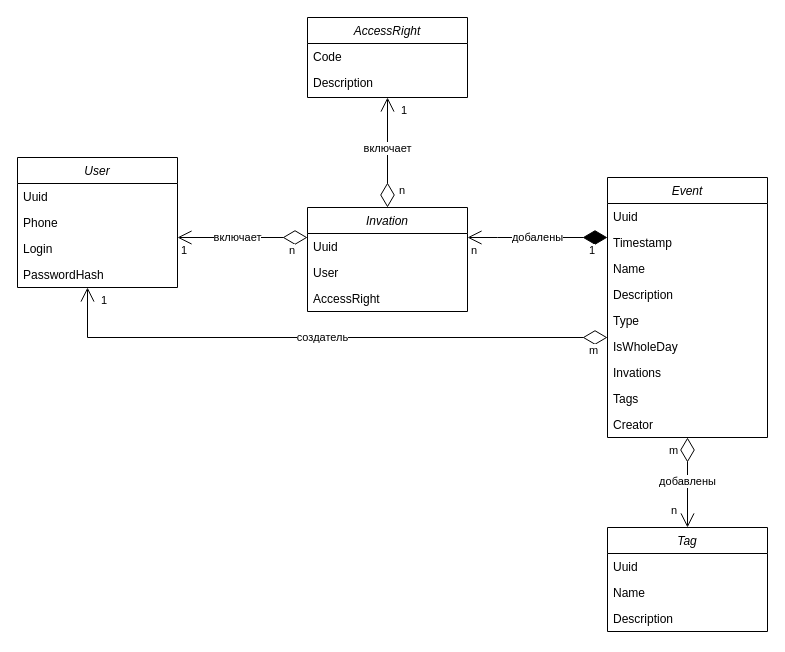
Earlier version of the draw.io diagram page "dto" (1 of 3) of docs/diagrams/UML.drawio (AcidYurets/SD). Source tidied: cells renumbered, new cells numbered last; positions are measured from the earlier drawing's top-left corner, leaving out a move shared by most shapes. Both pictures are drawn from the tidied source at 100%, with x=0, y=0 at pixel (17, 17).
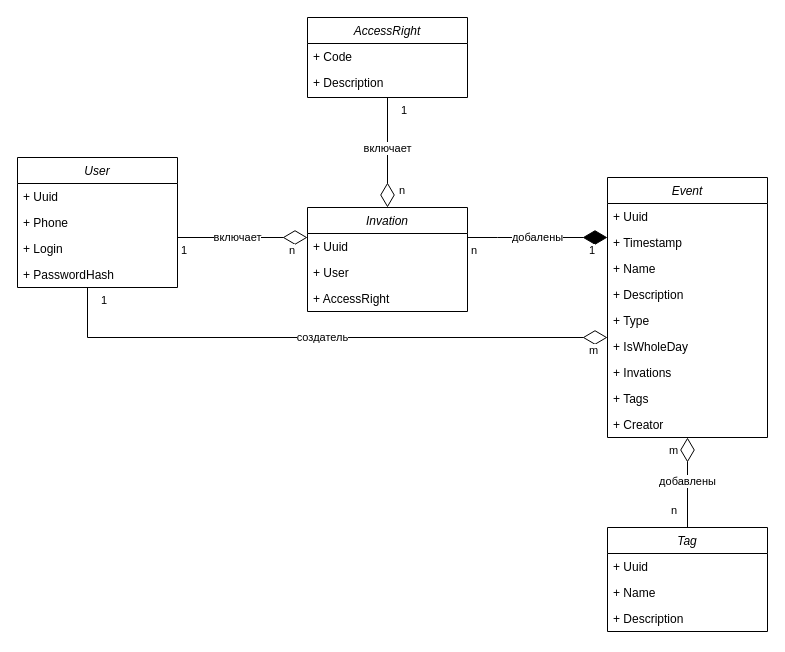
After the change.

The change refers to these unchanged cells:
```xml
<mxCell id="2" value="User" style="swimlane;fontStyle=2;align=center;verticalAlign=top;horizontal=1;startSize=26;rounded=0;shadow=0;strokeWidth=1;" parent="1" vertex="1">
  <mxGeometry y="140" width="160" height="130" as="geometry" />
</mxCell>
<mxCell id="7" value="Event" style="swimlane;fontStyle=2;align=center;verticalAlign=top;horizontal=1;startSize=26;rounded=0;shadow=0;strokeWidth=1;" parent="1" vertex="1">
  <mxGeometry x="590" y="160" width="160" height="260" as="geometry" />
</mxCell>
<mxCell id="17" value="AccessRight" style="swimlane;fontStyle=2;align=center;verticalAlign=top;horizontal=1;startSize=26;rounded=0;shadow=0;strokeWidth=1;" parent="1" vertex="1">
  <mxGeometry x="290" width="160" height="80" as="geometry" />
</mxCell>
<mxCell id="20" value="Tag" style="swimlane;fontStyle=2;align=center;verticalAlign=top;horizontal=1;startSize=26;rounded=0;shadow=0;strokeWidth=1;" parent="1" vertex="1">
  <mxGeometry x="590" y="510" width="160" height="104" as="geometry" />
</mxCell>
<mxCell id="33" value="Invation" style="swimlane;fontStyle=2;align=center;verticalAlign=top;horizontal=1;startSize=26;rounded=0;shadow=0;strokeWidth=1;" parent="1" vertex="1">
  <mxGeometry x="290" y="190" width="160" height="104" as="geometry" />
</mxCell>
```

What changed in the source:
```diff
@@
-    <mxCell id="3" value="Uuid" style="text;align=left;verticalAlign=top;spacingLeft=4;spacingRight=4;overflow=hidden;rounded=0;shadow=0;html=0;" parent="2" vertex="1">
+    <mxCell id="3" value="+ Uuid" style="text;align=left;verticalAlign=top;spacingLeft=4;spacingRight=4;overflow=hidden;rounded=0;shadow=0;html=0;" parent="2" vertex="1">
       <mxGeometry y="26" width="160" height="26" as="geometry" />
     </mxCell>
-    <mxCell id="4" value="Phone" style="text;align=left;verticalAlign=top;spacingLeft=4;spacingRight=4;overflow=hidden;rounded=0;shadow=0;html=0;" parent="2" vertex="1">
+    <mxCell id="4" value="+ Phone" style="text;align=left;verticalAlign=top;spacingLeft=4;spacingRight=4;overflow=hidden;rounded=0;shadow=0;html=0;" parent="2" vertex="1">
       <mxGeometry y="52" width="160" height="26" as="geometry" />
     </mxCell>
-    <mxCell id="5" value="Login" style="text;align=left;verticalAlign=top;spacingLeft=4;spacingRight=4;overflow=hidden;rounded=0;shadow=0;html=0;" parent="2" vertex="1">
+    <mxCell id="5" value="+ Login" style="text;align=left;verticalAlign=top;spacingLeft=4;spacingRight=4;overflow=hidden;rounded=0;shadow=0;html=0;" parent="2" vertex="1">
       <mxGeometry y="78" width="160" height="26" as="geometry" />
     </mxCell>
-    <mxCell id="6" value="PasswordHash" style="text;align=left;verticalAlign=top;spacingLeft=4;spacingRight=4;overflow=hidden;rounded=0;shadow=0;html=0;" parent="2" vertex="1">
+    <mxCell id="6" value="+ PasswordHash" style="text;align=left;verticalAlign=top;spacingLeft=4;spacingRight=4;overflow=hidden;rounded=0;shadow=0;html=0;" parent="2" vertex="1">
       <mxGeometry y="104" width="160" height="26" as="geometry" />
     </mxCell>
@@
-    <mxCell id="8" value="Uuid" style="text;align=left;verticalAlign=top;spacingLeft=4;spacingRight=4;overflow=hidden;rounded=0;shadow=0;html=0;" parent="7" vertex="1">
+    <mxCell id="8" value="+ Uuid" style="text;align=left;verticalAlign=top;spacingLeft=4;spacingRight=4;overflow=hidden;rounded=0;shadow=0;html=0;" parent="7" vertex="1">
       <mxGeometry y="26" width="160" height="26" as="geometry" />
     </mxCell>
-    <mxCell id="9" value="Timestamp" style="text;align=left;verticalAlign=top;spacingLeft=4;spacingRight=4;overflow=hidden;rounded=0;shadow=0;html=0;" parent="7" vertex="1">
+    <mxCell id="9" value="+ Timestamp" style="text;align=left;verticalAlign=top;spacingLeft=4;spacingRight=4;overflow=hidden;rounded=0;shadow=0;html=0;" parent="7" vertex="1">
       <mxGeometry y="52" width="160" height="26" as="geometry" />
     </mxCell>
-    <mxCell id="10" value="Name" style="text;align=left;verticalAlign=top;spacingLeft=4;spacingRight=4;overflow=hidden;rounded=0;shadow=0;html=0;" parent="7" vertex="1">
+    <mxCell id="10" value="+ Name" style="text;align=left;verticalAlign=top;spacingLeft=4;spacingRight=4;overflow=hidden;rounded=0;shadow=0;html=0;" parent="7" vertex="1">
       <mxGeometry y="78" width="160" height="26" as="geometry" />
     </mxCell>
-    <mxCell id="11" value="Description" style="text;align=left;verticalAlign=top;spacingLeft=4;spacingRight=4;overflow=hidden;rounded=0;shadow=0;html=0;" parent="7" vertex="1">
+    <mxCell id="11" value="+ Description" style="text;align=left;verticalAlign=top;spacingLeft=4;spacingRight=4;overflow=hidden;rounded=0;shadow=0;html=0;" parent="7" vertex="1">
       <mxGeometry y="104" width="160" height="26" as="geometry" />
     </mxCell>
-    <mxCell id="12" value="Type" style="text;align=left;verticalAlign=top;spacingLeft=4;spacingRight=4;overflow=hidden;rounded=0;shadow=0;html=0;" parent="7" vertex="1">
+    <mxCell id="12" value="+ Type" style="text;align=left;verticalAlign=top;spacingLeft=4;spacingRight=4;overflow=hidden;rounded=0;shadow=0;html=0;" parent="7" vertex="1">
       <mxGeometry y="130" width="160" height="26" as="geometry" />
     </mxCell>
-    <mxCell id="13" value="IsWholeDay" style="text;align=left;verticalAlign=top;spacingLeft=4;spacingRight=4;overflow=hidden;rounded=0;shadow=0;html=0;" parent="7" vertex="1">
+    <mxCell id="13" value="+ IsWholeDay" style="text;align=left;verticalAlign=top;spacingLeft=4;spacingRight=4;overflow=hidden;rounded=0;shadow=0;html=0;" parent="7" vertex="1">
       <mxGeometry y="156" width="160" height="26" as="geometry" />
     </mxCell>
-    <mxCell id="14" value="Invations" style="text;align=left;verticalAlign=top;spacingLeft=4;spacingRight=4;overflow=hidden;rounded=0;shadow=0;html=0;" parent="7" vertex="1">
+    <mxCell id="14" value="+ Invations" style="text;align=left;verticalAlign=top;spacingLeft=4;spacingRight=4;overflow=hidden;rounded=0;shadow=0;html=0;" parent="7" vertex="1">
       <mxGeometry y="182" width="160" height="26" as="geometry" />
     </mxCell>
-    <mxCell id="15" value="Tags" style="text;align=left;verticalAlign=top;spacingLeft=4;spacingRight=4;overflow=hidden;rounded=0;shadow=0;html=0;" parent="7" vertex="1">
+    <mxCell id="15" value="+ Tags" style="text;align=left;verticalAlign=top;spacingLeft=4;spacingRight=4;overflow=hidden;rounded=0;shadow=0;html=0;" parent="7" vertex="1">
       <mxGeometry y="208" width="160" height="26" as="geometry" />
     </mxCell>
-    <mxCell id="16" value="Creator" style="text;align=left;verticalAlign=top;spacingLeft=4;spacingRight=4;overflow=hidden;rounded=0;shadow=0;html=0;" parent="7" vertex="1">
+    <mxCell id="16" value="+ Creator" style="text;align=left;verticalAlign=top;spacingLeft=4;spacingRight=4;overflow=hidden;rounded=0;shadow=0;html=0;" parent="7" vertex="1">
       <mxGeometry y="234" width="160" height="26" as="geometry" />
     </mxCell>
@@
-    <mxCell id="18" value="Code" style="text;align=left;verticalAlign=top;spacingLeft=4;spacingRight=4;overflow=hidden;rounded=0;shadow=0;html=0;" parent="17" vertex="1">
+    <mxCell id="18" value="+ Code" style="text;align=left;verticalAlign=top;spacingLeft=4;spacingRight=4;overflow=hidden;rounded=0;shadow=0;html=0;" parent="17" vertex="1">
       <mxGeometry y="26" width="160" height="26" as="geometry" />
     </mxCell>
-    <mxCell id="19" value="Description" style="text;align=left;verticalAlign=top;spacingLeft=4;spacingRight=4;overflow=hidden;rounded=0;shadow=0;html=0;" parent="17" vertex="1">
+    <mxCell id="19" value="+ Description" style="text;align=left;verticalAlign=top;spacingLeft=4;spacingRight=4;overflow=hidden;rounded=0;shadow=0;html=0;" parent="17" vertex="1">
       <mxGeometry y="52" width="160" height="26" as="geometry" />
     </mxCell>
@@
-    <mxCell id="21" value="Uuid" style="text;align=left;verticalAlign=top;spacingLeft=4;spacingRight=4;overflow=hidden;rounded=0;shadow=0;html=0;" parent="20" vertex="1">
+    <mxCell id="21" value="+ Uuid" style="text;align=left;verticalAlign=top;spacingLeft=4;spacingRight=4;overflow=hidden;rounded=0;shadow=0;html=0;" parent="20" vertex="1">
       <mxGeometry y="26" width="160" height="26" as="geometry" />
     </mxCell>
-    <mxCell id="22" value="Name" style="text;align=left;verticalAlign=top;spacingLeft=4;spacingRight=4;overflow=hidden;rounded=0;shadow=0;html=0;" parent="20" vertex="1">
+    <mxCell id="22" value="+ Name" style="text;align=left;verticalAlign=top;spacingLeft=4;spacingRight=4;overflow=hidden;rounded=0;shadow=0;html=0;" parent="20" vertex="1">
       <mxGeometry y="52" width="160" height="26" as="geometry" />
     </mxCell>
-    <mxCell id="23" value="Description" style="text;align=left;verticalAlign=top;spacingLeft=4;spacingRight=4;overflow=hidden;rounded=0;shadow=0;html=0;" parent="20" vertex="1">
+    <mxCell id="23" value="+ Description" style="text;align=left;verticalAlign=top;spacingLeft=4;spacingRight=4;overflow=hidden;rounded=0;shadow=0;html=0;" parent="20" vertex="1">
       <mxGeometry y="78" width="160" height="26" as="geometry" />
     </mxCell>
-    <mxCell id="24" value="добалены" style="endArrow=open;html=1;endSize=12;startArrow=diamondThin;startSize=22;startFill=1;edgeStyle=orthogonalEdgeStyle;rounded=0;" parent="1" edge="1" source="7" target="33">
+    <mxCell id="24" value="добалены" style="endArrow=none;html=1;endSize=12;startArrow=diamondThin;startSize=22;startFill=1;edgeStyle=orthogonalEdgeStyle;rounded=0;endFill=0;" parent="1" edge="1" source="7" target="33">
       <mxGeometry relative="1" as="geometry">
         <Array as="points">
           <mxPoint x="480" y="220" />
           <mxPoint x="480" y="220" />
         </Array>
       </mxGeometry>
     </mxCell>
@@
-    <mxCell id="27" value="создатель" style="endArrow=open;html=1;endSize=12;startArrow=diamondThin;startSize=22;startFill=0;edgeStyle=orthogonalEdgeStyle;rounded=0;" parent="1" edge="1" source="7" target="2">
+    <mxCell id="27" value="создатель" style="endArrow=none;html=1;endSize=12;startArrow=diamondThin;startSize=22;startFill=0;edgeStyle=orthogonalEdgeStyle;rounded=0;endFill=0;" parent="1" edge="1" source="7" target="2">
       <mxGeometry relative="1" as="geometry">
         <Array as="points">
           <mxPoint x="70" y="320" />
         </Array>
       </mxGeometry>
     </mxCell>
@@
-    <mxCell id="30" value="добавлены" style="endArrow=open;html=1;endSize=12;startArrow=diamondThin;startSize=22;startFill=0;edgeStyle=orthogonalEdgeStyle;rounded=0;" parent="1" edge="1" source="7" target="20">
+    <mxCell id="30" value="добавлены" style="endArrow=none;html=1;endSize=12;startArrow=diamondThin;startSize=22;startFill=0;edgeStyle=orthogonalEdgeStyle;rounded=0;endFill=0;" parent="1" edge="1" source="7" target="20">
       <mxGeometry x="-0.02" relative="1" as="geometry" />
     </mxCell>
@@
-    <mxCell id="34" value="Uuid" style="text;align=left;verticalAlign=top;spacingLeft=4;spacingRight=4;overflow=hidden;rounded=0;shadow=0;html=0;" parent="33" vertex="1">
+    <mxCell id="34" value="+ Uuid" style="text;align=left;verticalAlign=top;spacingLeft=4;spacingRight=4;overflow=hidden;rounded=0;shadow=0;html=0;" parent="33" vertex="1">
       <mxGeometry y="26" width="160" height="26" as="geometry" />
     </mxCell>
-    <mxCell id="35" value="User" style="text;align=left;verticalAlign=top;spacingLeft=4;spacingRight=4;overflow=hidden;rounded=0;shadow=0;html=0;" parent="33" vertex="1">
+    <mxCell id="35" value="+ User" style="text;align=left;verticalAlign=top;spacingLeft=4;spacingRight=4;overflow=hidden;rounded=0;shadow=0;html=0;" parent="33" vertex="1">
       <mxGeometry y="52" width="160" height="26" as="geometry" />
     </mxCell>
-    <mxCell id="36" value="AccessRight" style="text;align=left;verticalAlign=top;spacingLeft=4;spacingRight=4;overflow=hidden;rounded=0;shadow=0;html=0;" parent="33" vertex="1">
+    <mxCell id="36" value="+ AccessRight" style="text;align=left;verticalAlign=top;spacingLeft=4;spacingRight=4;overflow=hidden;rounded=0;shadow=0;html=0;" parent="33" vertex="1">
       <mxGeometry y="78" width="160" height="26" as="geometry" />
     </mxCell>
-    <mxCell id="37" value="включает" style="endArrow=open;html=1;endSize=12;startArrow=diamondThin;startSize=22;startFill=0;edgeStyle=orthogonalEdgeStyle;rounded=0;" parent="1" edge="1" source="33" target="2">
+    <mxCell id="37" value="включает" style="endArrow=none;html=1;endSize=12;startArrow=diamondThin;startSize=22;startFill=0;edgeStyle=orthogonalEdgeStyle;rounded=0;endFill=0;" parent="1" edge="1" source="33" target="2">
       <mxGeometry x="0.08" relative="1" as="geometry">
         <Array as="points">
           <mxPoint x="240" y="220" />
           <mxPoint x="240" y="220" />
         </Array>
       </mxGeometry>
     </mxCell>
@@
-    <mxCell id="40" value="включает" style="endArrow=open;html=1;endSize=12;startArrow=diamondThin;startSize=22;startFill=0;edgeStyle=orthogonalEdgeStyle;rounded=0;" parent="1" edge="1" source="33" target="17">
+    <mxCell id="40" value="включает" style="endArrow=none;html=1;endSize=12;startArrow=diamondThin;startSize=22;startFill=0;edgeStyle=orthogonalEdgeStyle;rounded=0;endFill=0;" parent="1" edge="1" source="33" target="17">
       <mxGeometry x="0.08" relative="1" as="geometry" />
     </mxCell>
```
